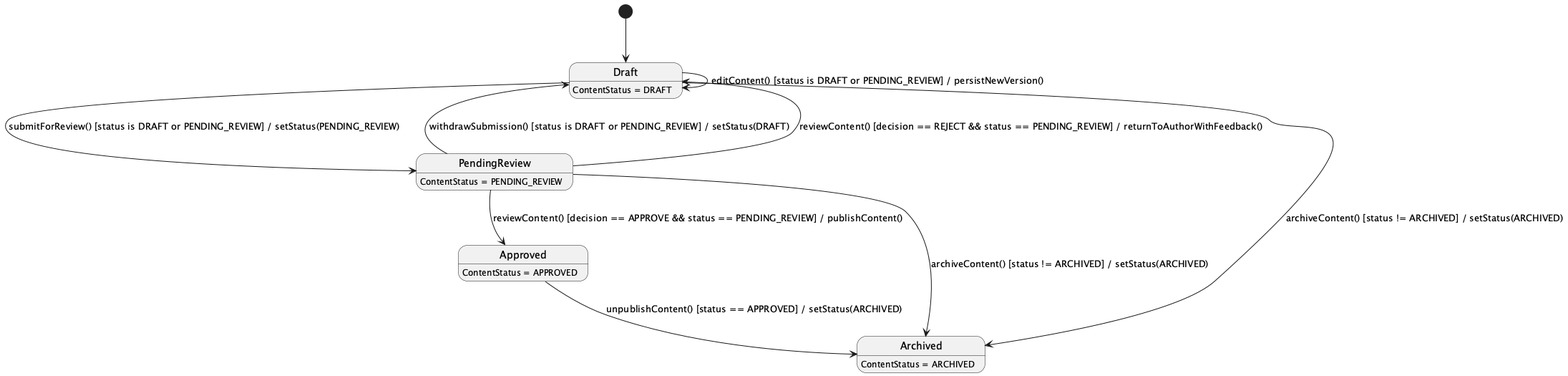
ChuongBDHE172784/CareBridge_SEP490_G79 keeps this PlantUML diagram as 03_Design/Detailed_Design/MF09_Content_Hub/images/02_Content_Authoring_Review_Publishing_and_Archive_StateChartDiagram.png. Above is the earlier version.
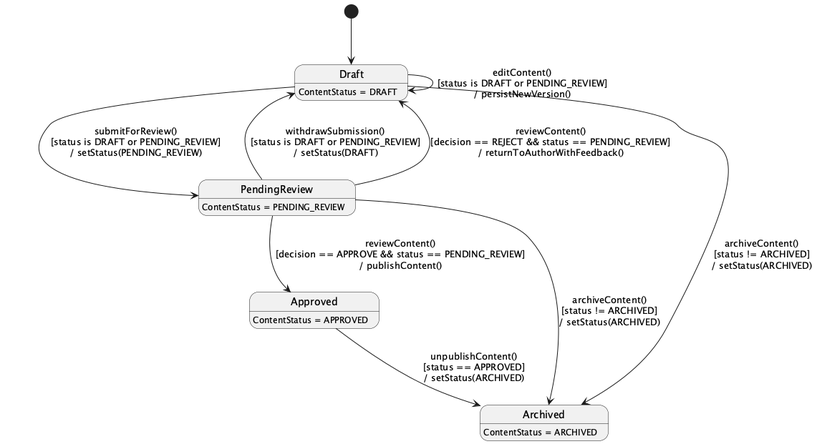
After the commit.

What changed in the source:
```diff
@@ -1,15 +1,15 @@
-@startuml
+@startuml StateChartDiagram_02ContentAuthoringReviewPublishingandArchive
 hide empty description
 [*] --> Draft
 
-Draft --> PendingReview : submitForReview() [status is DRAFT or PENDING_REVIEW] / setStatus(PENDING_REVIEW)
-PendingReview --> Draft : withdrawSubmission() [status is DRAFT or PENDING_REVIEW] / setStatus(DRAFT)
-PendingReview --> Approved : reviewContent() [decision == APPROVE && status == PENDING_REVIEW] / publishContent()
-PendingReview --> Draft : reviewContent() [decision == REJECT && status == PENDING_REVIEW] / returnToAuthorWithFeedback()
-Approved --> Archived : unpublishContent() [status == APPROVED] / setStatus(ARCHIVED)
-Draft --> Archived : archiveContent() [status != ARCHIVED] / setStatus(ARCHIVED)
-PendingReview --> Archived : archiveContent() [status != ARCHIVED] / setStatus(ARCHIVED)
-Draft --> Draft : editContent() [status is DRAFT or PENDING_REVIEW] / persistNewVersion()
+Draft --> PendingReview : submitForReview()\n[status is DRAFT or PENDING_REVIEW]\n/ setStatus(PENDING_REVIEW)
+PendingReview --> Draft : withdrawSubmission()\n[status is DRAFT or PENDING_REVIEW]\n/ setStatus(DRAFT)
+PendingReview --> Approved : reviewContent()\n[decision == APPROVE && status == PENDING_REVIEW]\n/ publishContent()
+PendingReview --> Draft : reviewContent()\n[decision == REJECT && status == PENDING_REVIEW]\n/ returnToAuthorWithFeedback()
+Approved --> Archived : unpublishContent()\n[status == APPROVED]\n/ setStatus(ARCHIVED)
+Draft --> Archived : archiveContent()\n[status != ARCHIVED]\n/ setStatus(ARCHIVED)
+PendingReview --> Archived : archiveContent()\n[status != ARCHIVED]\n/ setStatus(ARCHIVED)
+Draft --> Draft : editContent()\n[status is DRAFT or PENDING_REVIEW]\n/ persistNewVersion()
 
 Draft : ContentStatus = DRAFT
 PendingReview : ContentStatus = PENDING_REVIEW
```
